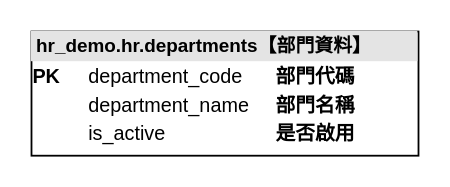
Above: docs/drawio/192.0.2.10【人事教學範例】/hr_demo/hr/Tables/hr_demo.hr.departments【部門資料】.drawio in willson5127/Agents_Skills_WillsonWang (draw.io), before the change. Source tidied: cells renumbered, new cells numbered last; positions are measured from the earlier drawing's top-left corner, leaving out a move shared by most shapes. Both pictures are drawn from the tidied source at 180%, with x=0, y=0 at pixel (31, 31).
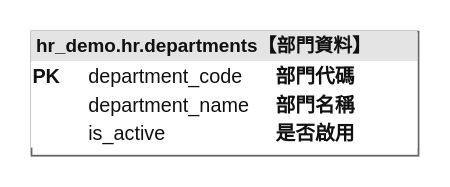
The same diagram, later.

What changed in the source:
```diff
@@
 <mxGraphModel>
   <root>
     <mxCell id="0" />
     <mxCell id="1" parent="0" />
-    <mxCell id="2" value="&lt;div style=&quot;box-sizing:border-box;width:100%;background:rgb(228,228,228);padding:2px 3px;font-size:10.5px;line-height:13px;white-space:nowrap&quot;&gt;&lt;b&gt;hr_demo.hr.departments【部門資料】&lt;/b&gt;&lt;/div&gt;&lt;table style=&quot;width:100%;table-layout:fixed;font-family:Arial;font-size:11px;line-height:14px&quot; cellpadding=&quot;1&quot; cellspacing=&quot;0&quot;&gt;&lt;colgroup&gt;&lt;col style=&quot;width:31px&quot;/&gt;&lt;col style=&quot;width:104px&quot;/&gt;&lt;col/&gt;&lt;/colgroup&gt;&lt;tbody&gt;&lt;tr&gt;&lt;td style=&quot;vertical-align:top;white-space:nowrap&quot;&gt;&lt;b&gt;PK&lt;/b&gt;&lt;/td&gt;&lt;td style=&quot;vertical-align:top;white-space:nowrap;padding-right:8px&quot; title=&quot;varchar(10) · NULL NO | 虛構資料字典：examples/tablecard-demo.json | 中文名稱：既有註解&quot;&gt;department_code&lt;/td&gt;&lt;td style=&quot;vertical-align:top;white-space:normal;overflow-wrap:anywhere;word-break:break-all&quot; title=&quot;varchar(10) · NULL NO | 虛構資料字典：examples/tablecard-demo.json | 中文名稱：既有註解&quot;&gt;&lt;b&gt;部門代碼&lt;/b&gt;&lt;/td&gt;&lt;/tr&gt;&lt;tr&gt;&lt;td style=&quot;vertical-align:top;white-space:nowrap&quot;&gt;&lt;b&gt;&lt;/b&gt;&lt;/td&gt;&lt;td style=&quot;vertical-align:top;white-space:nowrap;padding-right:8px&quot; title=&quot;nvarchar(80) · NULL NO | 虛構資料字典：examples/tablecard-demo.json | 中文名稱：既有註解&quot;&gt;department_name&lt;/td&gt;&lt;td style=&quot;vertical-align:top;white-space:normal;overflow-wrap:anywhere;word-break:break-all&quot; title=&quot;nvarchar(80) · NULL NO | 虛構資料字典：examples/tablecard-demo.json | 中文名稱：既有註解&quot;&gt;&lt;b&gt;部門名稱&lt;/b&gt;&lt;/td&gt;&lt;/tr&gt;&lt;tr&gt;&lt;td style=&quot;vertical-align:top;white-space:nowrap&quot;&gt;&lt;b&gt;&lt;/b&gt;&lt;/td&gt;&lt;td style=&quot;vertical-align:top;white-space:nowrap;padding-right:8px&quot; title=&quot;bit · NULL NO | 虛構資料字典：examples/tablecard-demo.json | 中文名稱：既有註解&quot;&gt;is_active&lt;/td&gt;&lt;td style=&quot;vertical-align:top;white-space:normal;overflow-wrap:anywhere;word-break:break-all&quot; title=&quot;bit · NULL NO | 虛構資料字典：examples/tablecard-demo.json | 中文名稱：既有註解&quot;&gt;&lt;b&gt;是否啟用&lt;/b&gt;&lt;/td&gt;&lt;/tr&gt;&lt;/tbody&gt;&lt;/table&gt;" style="verticalAlign=top;align=left;overflow=fill;html=1;whiteSpace=wrap;fontFamily=Arial;fontSize=11;spacing=0;" parent="1" vertex="1">
+    <mxCell id="2" value="&lt;div style=&quot;box-sizing:border-box;width:100%;background:#E4E4E4;color:#111111;padding:2px 3px;font-size:10.5px;line-height:13px;white-space:nowrap&quot;&gt;&lt;b&gt;hr_demo.hr.departments【部門資料】&lt;/b&gt;&lt;/div&gt;&lt;table style=&quot;width:100%;background:#FFFFFF;color:#111111;table-layout:fixed;font-family:Arial;font-size:11px;line-height:14px&quot; cellpadding=&quot;1&quot; cellspacing=&quot;0&quot;&gt;&lt;colgroup&gt;&lt;col style=&quot;width:31px&quot;/&gt;&lt;col style=&quot;width:104px&quot;/&gt;&lt;col/&gt;&lt;/colgroup&gt;&lt;tbody&gt;&lt;tr&gt;&lt;td style=&quot;vertical-align:top;white-space:nowrap&quot;&gt;&lt;b&gt;PK&lt;/b&gt;&lt;/td&gt;&lt;td style=&quot;vertical-align:top;white-space:nowrap;padding-right:8px&quot; title=&quot;varchar(10) · NULL NO | 虛構資料字典：examples/tablecard-demo.json | 中文名稱：既有註解&quot;&gt;department_code&lt;/td&gt;&lt;td style=&quot;vertical-align:top;white-space:normal;overflow-wrap:anywhere;word-break:break-all&quot; title=&quot;varchar(10) · NULL NO | 虛構資料字典：examples/tablecard-demo.json | 中文名稱：既有註解&quot;&gt;&lt;b&gt;部門代碼&lt;/b&gt;&lt;/td&gt;&lt;/tr&gt;&lt;tr&gt;&lt;td style=&quot;vertical-align:top;white-space:nowrap&quot;&gt;&lt;b&gt;&lt;/b&gt;&lt;/td&gt;&lt;td style=&quot;vertical-align:top;white-space:nowrap;padding-right:8px&quot; title=&quot;nvarchar(80) · NULL NO | 虛構資料字典：examples/tablecard-demo.json | 中文名稱：既有註解&quot;&gt;department_name&lt;/td&gt;&lt;td style=&quot;vertical-align:top;white-space:normal;overflow-wrap:anywhere;word-break:break-all&quot; title=&quot;nvarchar(80) · NULL NO | 虛構資料字典：examples/tablecard-demo.json | 中文名稱：既有註解&quot;&gt;&lt;b&gt;部門名稱&lt;/b&gt;&lt;/td&gt;&lt;/tr&gt;&lt;tr&gt;&lt;td style=&quot;vertical-align:top;white-space:nowrap&quot;&gt;&lt;b&gt;&lt;/b&gt;&lt;/td&gt;&lt;td style=&quot;vertical-align:top;white-space:nowrap;padding-right:8px&quot; title=&quot;bit · NULL NO | 虛構資料字典：examples/tablecard-demo.json | 中文名稱：既有註解&quot;&gt;is_active&lt;/td&gt;&lt;td style=&quot;vertical-align:top;white-space:normal;overflow-wrap:anywhere;word-break:break-all&quot; title=&quot;bit · NULL NO | 虛構資料字典：examples/tablecard-demo.json | 中文名稱：既有註解&quot;&gt;&lt;b&gt;是否啟用&lt;/b&gt;&lt;/td&gt;&lt;/tr&gt;&lt;/tbody&gt;&lt;/table&gt;" style="verticalAlign=top;align=left;overflow=fill;html=1;whiteSpace=wrap;fontFamily=Arial;fontSize=11;spacing=0;fillColor=#FFFFFF;strokeColor=#666666;fontColor=#111111;" parent="1" vertex="1">
       <mxGeometry width="215" height="69" as="geometry" />
     </mxCell>
   </root>
 </mxGraphModel>
```
